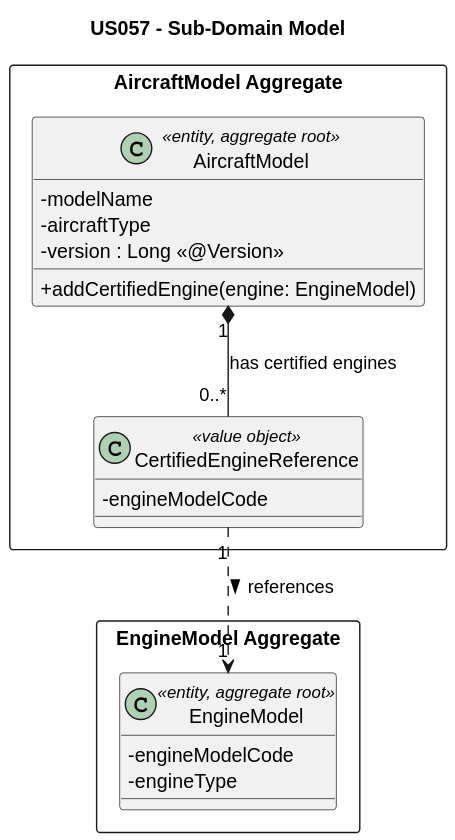
Above: aisafe.base/docs/user-stories/us057/svg/US057-domain-model.svg in brunodspinto/aisafe (PlantUML), before the change. Its diagram source:
```plantuml
@startuml
skinparam shadowing false
skinparam classAttributeIconSize 0

title US057 - Sub-Domain Model

package "AircraftModel Aggregate" <<Rectangle>> {
    class AircraftModel <<entity, aggregate root>> {
        - modelName
        - aircraftType
        - version : Long <<@Version>>
        + addCertifiedEngine(engine: EngineModel)
    }

    class CertifiedEngineReference <<value object>> {
        - engineModelCode
    }
}

package "EngineModel Aggregate" <<Rectangle>> {
    class EngineModel <<entity, aggregate root>> {
        - engineModelCode
        - engineType
    }
}

AircraftModel "1" *-- "0..*" CertifiedEngineReference : "has certified engines"

CertifiedEngineReference "1" ..> "1" EngineModel : "references >"
@enduml
```
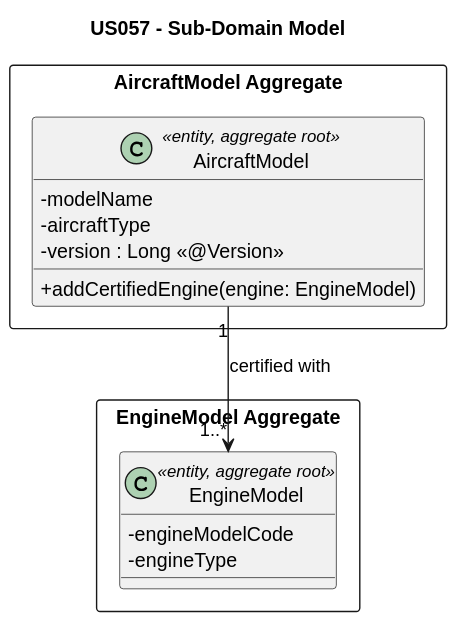
After the change.

Commit message:
#28 Refine US057 class diagrams and update README for engine validation logic

Diff of the diagram source:
```diff
@@ -11,10 +11,6 @@
         - version : Long <<@Version>>
         + addCertifiedEngine(engine: EngineModel)
     }
-
-    class CertifiedEngineReference <<value object>> {
-        - engineModelCode
-    }
 }
 
 package "EngineModel Aggregate" <<Rectangle>> {
@@ -24,7 +20,5 @@
     }
 }
 
-AircraftModel "1" *-- "0..*" CertifiedEngineReference : "has certified engines"
-
-CertifiedEngineReference "1" ..> "1" EngineModel : "references >"
+AircraftModel "1" --> "1..*" EngineModel : "certified with"
 @enduml
```
